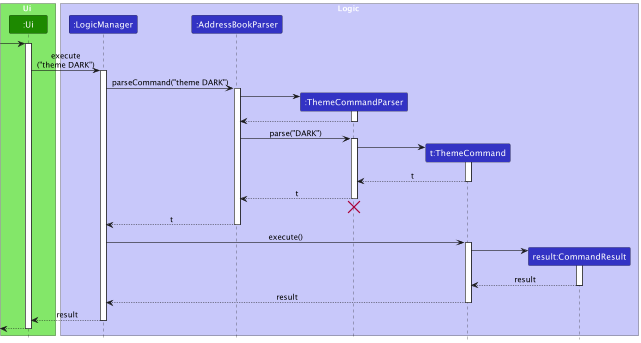
Earlier version of the PlantUML export docs/images/ThemeSequenceDiagram.png (tanteckfang/tp).
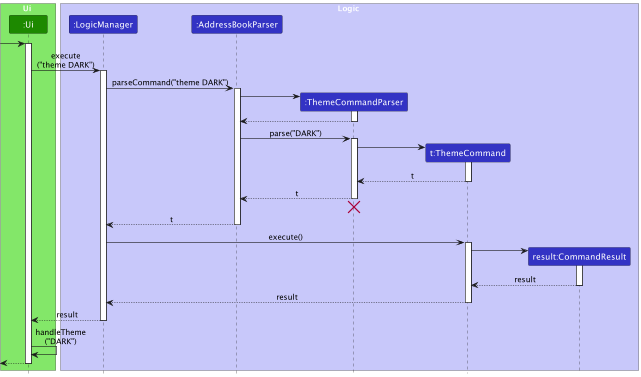
The same diagram one commit later.

Diff of the diagram source:
```diff
@@ -64,6 +64,8 @@
 LogicManager --> UI : result
 deactivate LogicManager
 
+UI -> UI : handleTheme\n("DARK")
+
 
 [<--UI
 deactivate UI
```
